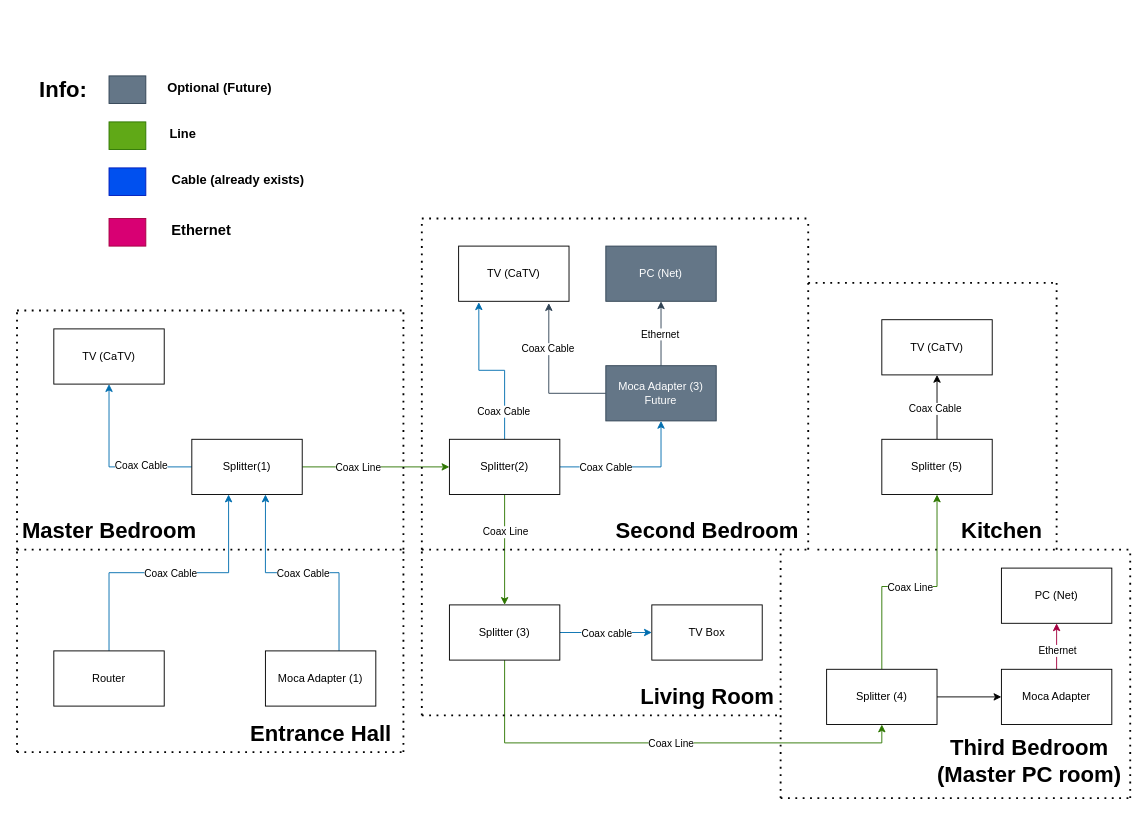
Before: Coax Ethernet Network.drawio in VoidTallica/HouseProjects, a draw.io diagram. Source tidied: cells renumbered, new cells numbered last; positions are measured from the earlier drawing's top-left corner, leaving out a move shared by most shapes. Both pictures are drawn from the tidied source at 92%, with x=0, y=0 at pixel (17, 66).
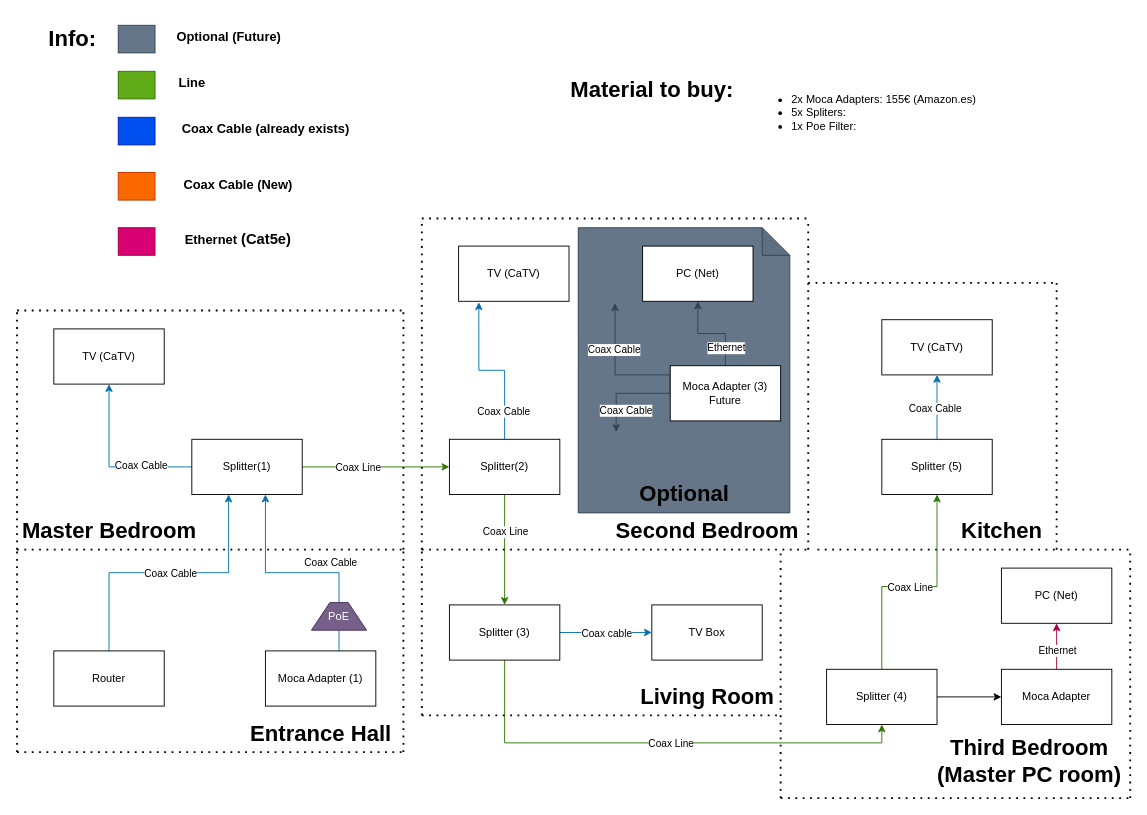
The same page after the edit.

The change refers to these unchanged cells:
```xml
<mxCell id="10" style="edgeStyle=orthogonalEdgeStyle;rounded=0;jettySize=auto;html=1;entryX=0.667;entryY=1;entryDx=0;entryDy=0;entryPerimeter=0;fillColor=#1ba1e2;strokeColor=#006EAF;" parent="1" edge="1" source="12" target="9">
  <mxGeometry relative="1" as="geometry">
    <Array as="points">
      <mxPoint x="350" y="550" />
      <mxPoint x="270" y="550" />
    </Array>
  </mxGeometry>
</mxCell>
<mxCell id="16" value="TV (CaTV)" style="rounded=0;whiteSpace=wrap;html=1;" parent="1" vertex="1">
  <mxGeometry x="480" y="195" width="120" height="60" as="geometry" />
</mxCell>
<mxCell id="17" style="edgeStyle=orthogonalEdgeStyle;rounded=0;jettySize=auto;html=1;exitX=0.5;exitY=0;exitDx=0;exitDy=0;entryX=0.5;entryY=1;entryDx=0;entryDy=0;fillColor=#647687;strokeColor=#314354;" parent="1" edge="1" source="21" target="22">
  <mxGeometry relative="1" as="geometry" />
</mxCell>
<mxCell id="29" value="Splitter(2)" style="rounded=0;whiteSpace=wrap;html=1;" parent="1" vertex="1">
  <mxGeometry x="470" y="405" width="120" height="60" as="geometry" />
</mxCell>
<mxCell id="52" value="TV (CaTV)" style="rounded=0;whiteSpace=wrap;html=1;" parent="1" vertex="1">
  <mxGeometry x="940" y="275" width="120" height="60" as="geometry" />
</mxCell>
<mxCell id="55" value="Splitter (5)" style="rounded=0;whiteSpace=wrap;html=1;" parent="1" vertex="1">
  <mxGeometry x="940" y="405" width="120" height="60" as="geometry" />
</mxCell>
```

What changed in the source:
```diff
@@
+    <mxCell id="80" style="shape=note;whiteSpace=wrap;html=1;backgroundOutline=1;darkOpacity=0.05;fillColor=#647687;fontColor=#ffffff;strokeColor=#314354;" parent="1" vertex="1">
+      <mxGeometry x="610" y="175" width="230" height="310" as="geometry" />
+    </mxCell>
@@
     <mxCell id="11" value="Coax Cable" style="edgeLabel;html=1;align=center;verticalAlign=middle;" parent="10" vertex="1">
       <mxGeometry x="-0.04" y="3" relative="1" as="geometry">
-        <mxPoint x="-5" y="-3" as="offset" />
+        <mxPoint x="25" y="-15" as="offset" />
       </mxGeometry>
     </mxCell>
@@
     <mxCell id="18" value="Ethernet" style="edgeLabel;html=1;align=center;verticalAlign=middle;" parent="17" vertex="1">
-      <mxGeometry y="2" relative="1" as="geometry" />
+      <mxGeometry y="2" relative="1" as="geometry">
+        <mxPoint x="15" y="13" as="offset" />
+      </mxGeometry>
     </mxCell>
-    <mxCell id="19" style="edgeStyle=orthogonalEdgeStyle;rounded=0;jettySize=auto;html=1;exitX=0;exitY=0.5;exitDx=0;exitDy=0;entryX=0.817;entryY=1.033;entryDx=0;entryDy=0;entryPerimeter=0;fillColor=#647687;strokeColor=#314354;" parent="1" edge="1" source="21" target="16">
-      <mxGeometry relative="1" as="geometry" />
+    <mxCell id="19" style="edgeStyle=orthogonalEdgeStyle;rounded=0;jettySize=auto;html=1;exitX=0;exitY=0.5;exitDx=0;exitDy=0;entryX=0.817;entryY=1.033;entryDx=0;entryDy=0;entryPerimeter=0;fillColor=#647687;strokeColor=#314354;" parent="1" edge="1" source="21">
+      <mxGeometry relative="1" as="geometry">
+        <mxPoint x="650" y="257" as="targetPoint" />
+        <Array as="points">
+          <mxPoint x="680" y="335" />
+          <mxPoint x="651" y="335" />
+        </Array>
+      </mxGeometry>
     </mxCell>
@@
+    <mxCell id="81" style="edgeStyle=orthogonalEdgeStyle;rounded=0;jettySize=auto;html=1;entryX=0.59;entryY=0.05;entryDx=0;entryDy=0;entryPerimeter=0;fillColor=#647687;strokeColor=#314354;" parent="1" edge="1" source="21">
+      <mxGeometry relative="1" as="geometry">
+        <mxPoint x="651.3" y="397" as="targetPoint" />
+        <Array as="points">
+          <mxPoint x="651" y="355" />
+        </Array>
+      </mxGeometry>
+    </mxCell>
+    <mxCell id="24" value="Coax Cable" style="edgeLabel;html=1;align=center;verticalAlign=middle;" parent="81" vertex="1">
+      <mxGeometry x="-0.02" y="4" relative="1" as="geometry">
+        <mxPoint y="14" as="offset" />
+      </mxGeometry>
+    </mxCell>
-    <mxCell id="21" value="&lt;div&gt;Moca Adapter (3)&lt;/div&gt;&lt;div&gt;Future&lt;br&gt;&lt;/div&gt;" style="rounded=0;whiteSpace=wrap;html=1;fillColor=#647687;strokeColor=#314354;fontColor=#ffffff;" parent="1" vertex="1">
-      <mxGeometry x="640" y="325" width="120" height="60" as="geometry" />
+    <mxCell id="21" value="&lt;div&gt;Moca Adapter (3)&lt;/div&gt;&lt;div&gt;Future&lt;br&gt;&lt;/div&gt;" style="rounded=0;whiteSpace=wrap;html=1;" parent="1" vertex="1">
+      <mxGeometry x="710" y="325" width="120" height="60" as="geometry" />
     </mxCell>
-    <mxCell id="22" value="PC (Net)" style="rounded=0;whiteSpace=wrap;html=1;fillColor=#647687;strokeColor=#314354;fontColor=#ffffff;" parent="1" vertex="1">
-      <mxGeometry x="640" y="195" width="120" height="60" as="geometry" />
+    <mxCell id="22" value="PC (Net)" style="rounded=0;whiteSpace=wrap;html=1;" parent="1" vertex="1">
+      <mxGeometry x="680" y="195" width="120" height="60" as="geometry" />
     </mxCell>
-    <mxCell id="23" style="edgeStyle=orthogonalEdgeStyle;rounded=0;jettySize=auto;html=1;entryX=0.5;entryY=1;entryDx=0;entryDy=0;fillColor=#1ba1e2;strokeColor=#006EAF;" parent="1" edge="1" source="29" target="21">
-      <mxGeometry relative="1" as="geometry" />
-    </mxCell>
-    <mxCell id="24" value="Coax Cable" style="edgeLabel;html=1;align=center;verticalAlign=middle;" parent="23" vertex="1">
-      <mxGeometry x="-0.24" y="-2" relative="1" as="geometry">
-        <mxPoint x="-12" y="-2" as="offset" />
-      </mxGeometry>
-    </mxCell>
@@
-    <mxCell id="53" style="edgeStyle=orthogonalEdgeStyle;rounded=0;jettySize=auto;html=1;entryX=0.5;entryY=1;entryDx=0;entryDy=0;" parent="1" edge="1" source="55" target="52">
+    <mxCell id="53" style="edgeStyle=orthogonalEdgeStyle;rounded=0;jettySize=auto;html=1;entryX=0.5;entryY=1;entryDx=0;entryDy=0;fillColor=#1ba1e2;strokeColor=#006EAF;" parent="1" edge="1" source="55" target="52">
       <mxGeometry relative="1" as="geometry" />
     </mxCell>
@@
     <mxCell id="68" style="rounded=0;whiteSpace=wrap;html=1;fillColor=#647687;fontColor=#ffffff;strokeColor=#314354;" parent="1" vertex="1">
-      <mxGeometry x="100" y="10" width="40" height="30" as="geometry" />
+      <mxGeometry x="110" y="-45" width="40" height="30" as="geometry" />
     </mxCell>
     <mxCell id="69" value="Info:" style="text;strokeColor=none;fillColor=none;html=1;fontSize=24;fontStyle=1;verticalAlign=middle;align=center;" parent="1" vertex="1">
-      <mxGeometry y="5" width="100" height="40" as="geometry" />
+      <mxGeometry x="10" y="-50" width="100" height="40" as="geometry" />
     </mxCell>
     <mxCell id="70" value="&lt;font style=&quot;font-size: 14px;&quot;&gt;Optional (Future)&lt;/font&gt;" style="text;strokeColor=none;fillColor=none;html=1;fontSize=24;fontStyle=1;verticalAlign=middle;align=center;" parent="1" vertex="1">
-      <mxGeometry x="170" width="100" height="40" as="geometry" />
+      <mxGeometry x="180" y="-55" width="100" height="40" as="geometry" />
     </mxCell>
     <mxCell id="71" style="rounded=0;whiteSpace=wrap;html=1;fillColor=#60a917;fontColor=#ffffff;strokeColor=#2D7600;" parent="1" vertex="1">
-      <mxGeometry x="100" y="60" width="40" height="30" as="geometry" />
+      <mxGeometry x="110" y="5" width="40" height="30" as="geometry" />
     </mxCell>
     <mxCell id="72" style="rounded=0;whiteSpace=wrap;html=1;fillColor=#0050ef;fontColor=#ffffff;strokeColor=#001DBC;" parent="1" vertex="1">
-      <mxGeometry x="100" y="110" width="40" height="30" as="geometry" />
+      <mxGeometry x="110" y="55" width="40" height="30" as="geometry" />
     </mxCell>
     <mxCell id="73" value="&lt;font style=&quot;font-size: 14px;&quot;&gt;Line&lt;/font&gt;" style="text;strokeColor=none;fillColor=none;html=1;fontSize=24;fontStyle=1;verticalAlign=middle;align=center;" parent="1" vertex="1">
-      <mxGeometry x="130" y="50" width="100" height="40" as="geometry" />
+      <mxGeometry x="140" y="-5" width="100" height="40" as="geometry" />
     </mxCell>
-    <mxCell id="74" value="&lt;font style=&quot;font-size: 14px;&quot;&gt;Cable (already exists)&lt;br&gt;&lt;/font&gt;" style="text;strokeColor=none;fillColor=none;html=1;fontSize=24;fontStyle=1;verticalAlign=middle;align=center;" parent="1" vertex="1">
-      <mxGeometry x="190" y="100" width="100" height="40" as="geometry" />
+    <mxCell id="74" value="&lt;font style=&quot;font-size: 14px;&quot;&gt;Coax Cable (already exists)&lt;br&gt;&lt;/font&gt;" style="text;strokeColor=none;fillColor=none;html=1;fontSize=24;fontStyle=1;verticalAlign=middle;align=center;" parent="1" vertex="1">
+      <mxGeometry x="220" y="45" width="100" height="40" as="geometry" />
     </mxCell>
     <mxCell id="75" style="rounded=0;whiteSpace=wrap;html=1;fillColor=#d80073;fontColor=#ffffff;strokeColor=#A50040;" parent="1" vertex="1">
-      <mxGeometry x="100" y="165" width="40" height="30" as="geometry" />
+      <mxGeometry x="110" y="175" width="40" height="30" as="geometry" />
     </mxCell>
-    <mxCell id="76" value="&lt;font size=&quot;3&quot;&gt;Ethernet&lt;/font&gt;" style="text;strokeColor=none;fillColor=none;html=1;fontSize=24;fontStyle=1;verticalAlign=middle;align=center;" parent="1" vertex="1">
-      <mxGeometry x="150" y="155" width="100" height="40" as="geometry" />
+    <mxCell id="76" value="&lt;div&gt;&lt;font style=&quot;font-size: 14px;&quot;&gt;Ethernet&lt;font size=&quot;3&quot;&gt; (Cat5e)&lt;br&gt;&lt;/font&gt;&lt;/font&gt;&lt;/div&gt;" style="text;strokeColor=none;fillColor=none;html=1;fontSize=24;fontStyle=1;verticalAlign=middle;align=center;" parent="1" vertex="1">
+      <mxGeometry x="190" y="165" width="100" height="40" as="geometry" />
     </mxCell>
@@
+    <mxCell id="82" value="Material to buy:" style="text;strokeColor=none;fillColor=none;html=1;fontSize=24;fontStyle=1;verticalAlign=middle;align=center;" parent="1" vertex="1">
+      <mxGeometry x="640" y="5" width="100" height="40" as="geometry" />
+    </mxCell>
+    <mxCell id="83" value="&lt;ul&gt;&lt;li&gt;2x Moca Adapters: 155€ (Amazon.es)&lt;br&gt;&lt;/li&gt;&lt;li&gt;5x Spliters: &lt;br&gt;&lt;/li&gt;&lt;li&gt;1x Poe Filter:&lt;br&gt;&lt;/li&gt;&lt;/ul&gt;" style="text;strokeColor=none;fillColor=none;html=1;whiteSpace=wrap;verticalAlign=middle;overflow=hidden;" parent="1" vertex="1">
+      <mxGeometry x="800" y="10" width="410" height="80" as="geometry" />
+    </mxCell>
+    <mxCell id="84" style="rounded=0;whiteSpace=wrap;html=1;fillColor=#fa6800;fontColor=#000000;strokeColor=#C73500;" parent="1" vertex="1">
+      <mxGeometry x="110" y="115" width="40" height="30" as="geometry" />
+    </mxCell>
+    <mxCell id="85" value="&lt;font style=&quot;font-size: 14px;&quot;&gt;Coax &lt;font&gt;Cable (New)&lt;br&gt;&lt;/font&gt;&lt;/font&gt;" style="text;strokeColor=none;fillColor=none;html=1;fontSize=24;fontStyle=1;verticalAlign=middle;align=center;" parent="1" vertex="1">
+      <mxGeometry x="190" y="105" width="100" height="40" as="geometry" />
+    </mxCell>
+    <mxCell id="86" value="Optional" style="text;strokeColor=none;fillColor=none;html=1;fontSize=24;fontStyle=1;verticalAlign=middle;align=center;" parent="1" vertex="1">
+      <mxGeometry x="675" y="445" width="100" height="40" as="geometry" />
+    </mxCell>
+    <mxCell id="87" value="PoE" style="shape=trapezoid;perimeter=trapezoidPerimeter;whiteSpace=wrap;html=1;fixedSize=1;fillColor=#76608a;fontColor=#ffffff;strokeColor=#432D57;" parent="1" vertex="1">
+      <mxGeometry x="320" y="582.5" width="60" height="30" as="geometry" />
+    </mxCell>
```
